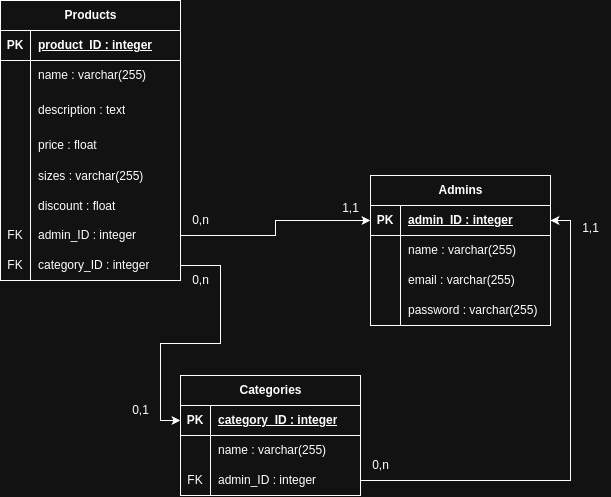
Earlier version of the draw.io export docs/db/KpEsportes_DB_MR.png (Alysson-Chrysthian/Kp-Esportes_Backend). Source tidied: cells renumbered, new cells last; positions are measured from the earlier drawing's top-left corner, leaving out a move shared by most shapes.
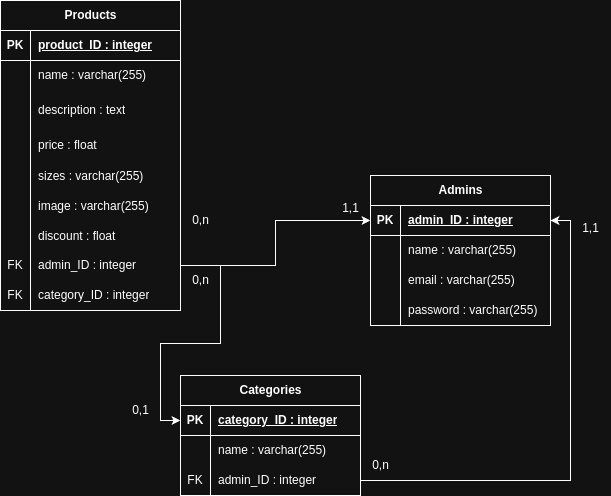
After the commit.

What changed in the source:
```diff
@@ -42,7 +42,7 @@
       <mxGeometry x="30" width="150" height="30" as="geometry" />
     </mxCell>
     <mxCell id="15" value="Products" style="shape=table;startSize=30;rowLines=0;fontStyle=1;align=center;html=1;" parent="1" vertex="1">
-      <mxGeometry width="180" height="280" as="geometry" />
+      <mxGeometry width="180" height="310" as="geometry" />
     </mxCell>
     <mxCell id="16" style="shape=tableRow;horizontal=0;startSize=0;swimlaneHead=0;swimlaneBody=0;fillColor=none;top=0;left=0;right=0;bottom=1;" parent="15" vertex="1">
       <mxGeometry y="30" width="180" height="30" as="geometry" />
@@ -89,8 +89,17 @@
     <mxCell id="30" value="sizes : varchar(255)" style="shape=partialRectangle;fillColor=none;top=0;left=0;bottom=0;right=0;align=left;spacingLeft=6;overflow=hidden;" parent="28" vertex="1">
       <mxGeometry x="30" width="150" height="30" as="geometry" />
     </mxCell>
+    <mxCell id="59" style="shape=tableRow;horizontal=0;startSize=0;swimlaneHead=0;swimlaneBody=0;fillColor=none;top=0;left=0;right=0;bottom=0;" parent="15" vertex="1">
+      <mxGeometry y="190" width="180" height="30" as="geometry" />
+    </mxCell>
+    <mxCell id="60" style="shape=partialRectangle;fillColor=none;top=0;left=0;bottom=0;right=0;overflow=hidden;" parent="59" vertex="1">
+      <mxGeometry width="30" height="30" as="geometry" />
+    </mxCell>
+    <mxCell id="61" value="image : varchar(255)" style="shape=partialRectangle;fillColor=none;top=0;left=0;bottom=0;right=0;align=left;spacingLeft=6;overflow=hidden;" parent="59" vertex="1">
+      <mxGeometry x="30" width="150" height="30" as="geometry" />
+    </mxCell>
     <mxCell id="31" style="shape=tableRow;horizontal=0;startSize=0;swimlaneHead=0;swimlaneBody=0;fillColor=none;top=0;left=0;right=0;bottom=0;" parent="15" vertex="1">
-      <mxGeometry y="190" width="180" height="30" as="geometry" />
+      <mxGeometry y="220" width="180" height="30" as="geometry" />
     </mxCell>
     <mxCell id="32" style="shape=partialRectangle;fillColor=none;top=0;left=0;bottom=0;right=0;overflow=hidden;" parent="31" vertex="1">
       <mxGeometry width="30" height="30" as="geometry" />
@@ -99,7 +108,7 @@
       <mxGeometry x="30" width="150" height="30" as="geometry" />
     </mxCell>
     <mxCell id="34" style="shape=tableRow;horizontal=0;startSize=0;swimlaneHead=0;swimlaneBody=0;fillColor=none;points=[[0,0.5],[1,0.5]];portConstraint=eastwest;top=0;left=0;right=0;bottom=0;" parent="15" vertex="1">
-      <mxGeometry y="220" width="180" height="30" as="geometry" />
+      <mxGeometry y="250" width="180" height="30" as="geometry" />
     </mxCell>
     <mxCell id="35" value="FK" style="shape=partialRectangle;fillColor=none;top=0;left=0;bottom=0;right=0;fontStyle=0;overflow=hidden;whiteSpace=wrap;html=1;" parent="34" vertex="1">
       <mxGeometry width="30" height="30" as="geometry" />
@@ -108,7 +117,7 @@
       <mxGeometry x="30" width="150" height="30" as="geometry" />
     </mxCell>
     <mxCell id="37" style="shape=tableRow;horizontal=0;startSize=0;swimlaneHead=0;swimlaneBody=0;fillColor=none;points=[[0,0.5],[1,0.5]];portConstraint=eastwest;top=0;left=0;right=0;bottom=0;" parent="15" vertex="1">
-      <mxGeometry y="250" width="180" height="30" as="geometry" />
+      <mxGeometry y="280" width="180" height="30" as="geometry" />
     </mxCell>
     <mxCell id="38" value="FK" style="shape=partialRectangle;fillColor=none;top=0;left=0;bottom=0;right=0;fontStyle=0;overflow=hidden;whiteSpace=wrap;html=1;" parent="37" vertex="1">
       <mxGeometry width="30" height="30" as="geometry" />
```
